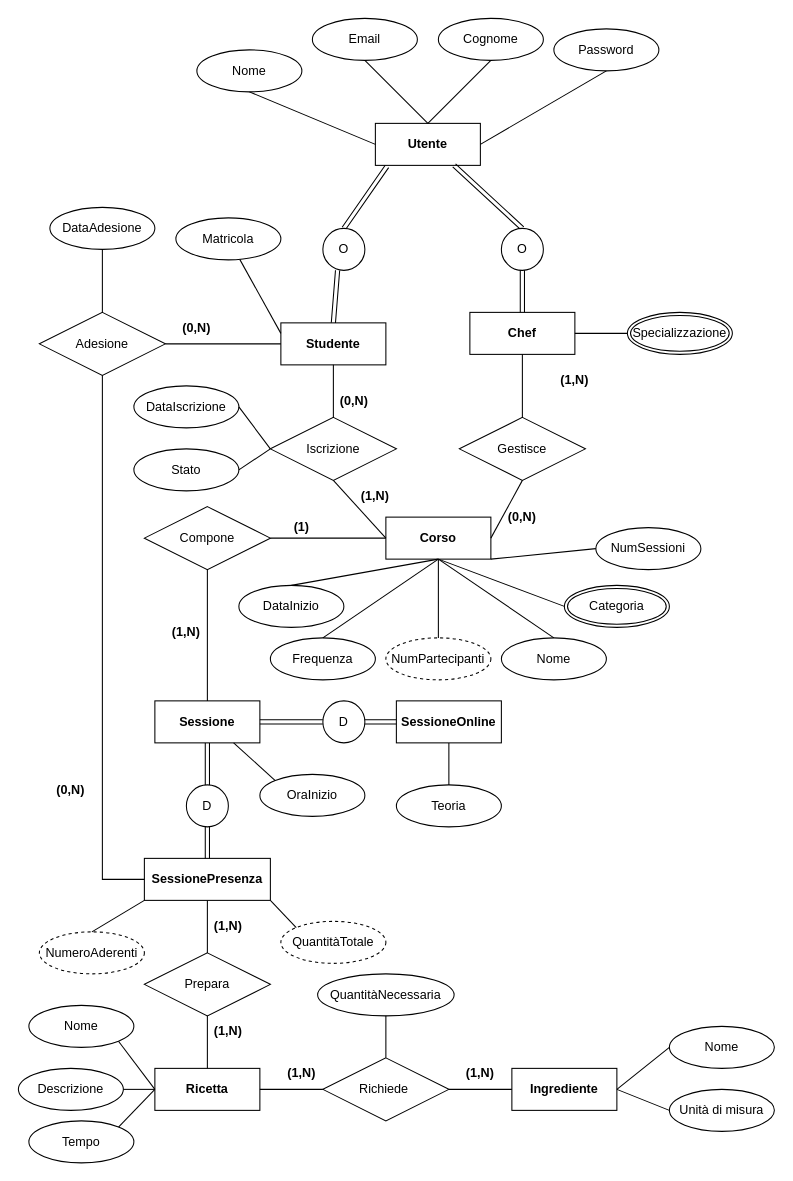
SimoneBarbella/Progetto-Basi-Object keeps this draw.io diagram as BasiDiDati Progetto/diagrammi/file sorgenti/DiagrammaER1.drawio. Above is the earlier version. Source tidied: cells renumbered, new cells numbered last; positions are measured from the earlier drawing's top-left corner, leaving out a move shared by most shapes. Both pictures are drawn from the tidied source at 105%, with x=0, y=0 at pixel (18, 18).
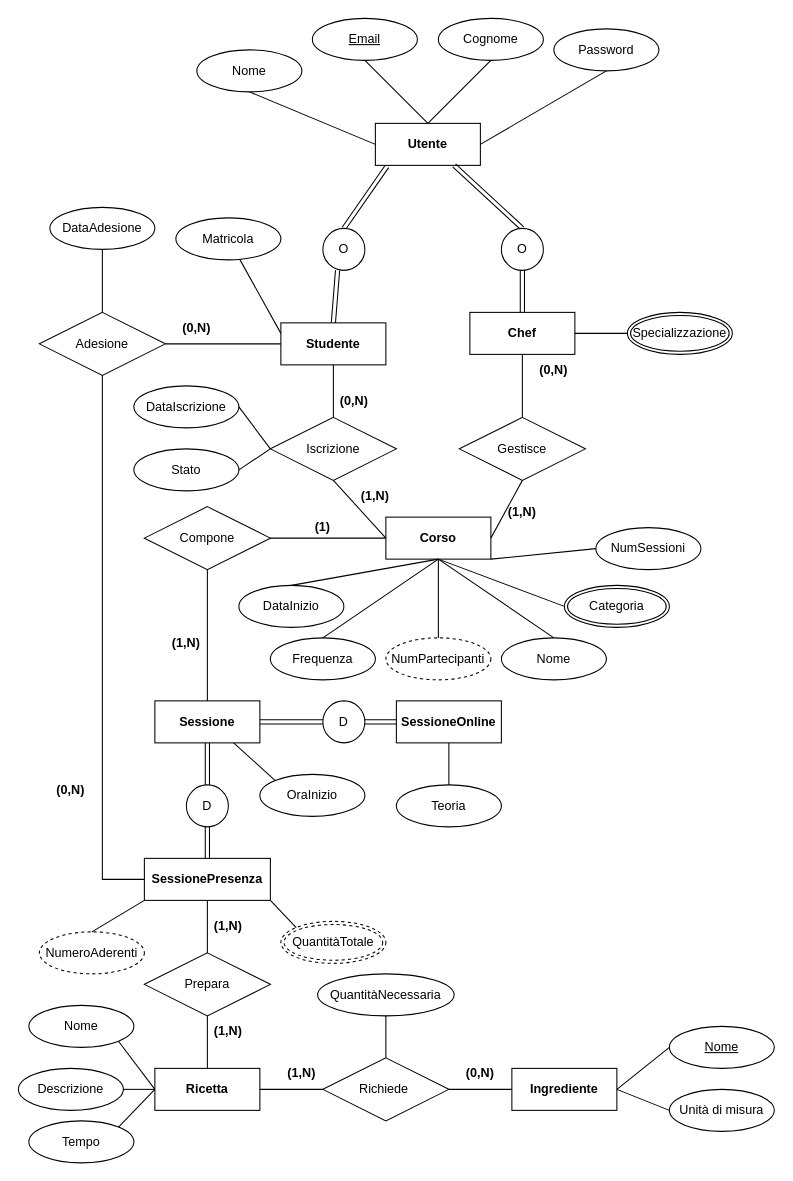
Above is the later version.

What changed in the source:
```diff
@@
-    <mxCell id="46" value="Email" style="ellipse;whiteSpace=wrap;html=1;align=center;" parent="1" vertex="1">
+    <mxCell id="46" value="&lt;u&gt;Email&lt;/u&gt;" style="ellipse;whiteSpace=wrap;html=1;align=center;" parent="1" vertex="1">
       <mxGeometry x="280" width="100" height="40" as="geometry" />
     </mxCell>
@@
-    <mxCell id="76" value="Nome" style="ellipse;whiteSpace=wrap;html=1;align=center;" parent="1" vertex="1">
+    <mxCell id="76" value="&lt;u&gt;Nome&lt;/u&gt;" style="ellipse;whiteSpace=wrap;html=1;align=center;" parent="1" vertex="1">
       <mxGeometry x="620" y="960" width="100" height="40" as="geometry" />
     </mxCell>
@@
     <mxCell id="83" value="&lt;b&gt;(1&lt;/b&gt;&lt;b style=&quot;background-color: transparent; color: light-dark(rgb(0, 0, 0), rgb(255, 255, 255));&quot;&gt;,N)&lt;/b&gt;" style="text;html=1;whiteSpace=wrap;strokeColor=none;fillColor=none;align=center;verticalAlign=middle;rounded=0;" parent="1" vertex="1">
-      <mxGeometry x="500" y="330" width="60" height="30" as="geometry" />
+      <mxGeometry x="450" y="455" width="60" height="30" as="geometry" />
     </mxCell>
     <mxCell id="84" value="&lt;b&gt;(0&lt;/b&gt;&lt;b style=&quot;background-color: transparent; color: light-dark(rgb(0, 0, 0), rgb(255, 255, 255));&quot;&gt;,N)&lt;/b&gt;" style="text;html=1;whiteSpace=wrap;strokeColor=none;fillColor=none;align=center;verticalAlign=middle;rounded=0;" parent="1" vertex="1">
-      <mxGeometry x="450" y="460" width="60" height="30" as="geometry" />
+      <mxGeometry x="480" y="320" width="60" height="30" as="geometry" />
     </mxCell>
@@
     <mxCell id="87" value="&lt;b&gt;(1&lt;/b&gt;&lt;b style=&quot;background-color: transparent; color: light-dark(rgb(0, 0, 0), rgb(255, 255, 255));&quot;&gt;)&lt;/b&gt;" style="text;html=1;whiteSpace=wrap;strokeColor=none;fillColor=none;align=center;verticalAlign=middle;rounded=0;" parent="1" vertex="1">
-      <mxGeometry x="240" y="470" width="60" height="30" as="geometry" />
+      <mxGeometry x="260" y="470" width="60" height="30" as="geometry" />
     </mxCell>
     <mxCell id="88" value="&lt;b&gt;(1&lt;/b&gt;&lt;b style=&quot;background-color: transparent; color: light-dark(rgb(0, 0, 0), rgb(255, 255, 255));&quot;&gt;,N)&lt;/b&gt;" style="text;html=1;whiteSpace=wrap;strokeColor=none;fillColor=none;align=center;verticalAlign=middle;rounded=0;" parent="1" vertex="1">
-      <mxGeometry x="130" y="570" width="60" height="30" as="geometry" />
+      <mxGeometry x="130" y="580" width="60" height="30" as="geometry" />
     </mxCell>
@@
-    <mxCell id="94" value="&lt;b&gt;(1&lt;/b&gt;&lt;b style=&quot;background-color: transparent; color: light-dark(rgb(0, 0, 0), rgb(255, 255, 255));&quot;&gt;,N)&lt;/b&gt;" style="text;html=1;whiteSpace=wrap;strokeColor=none;fillColor=none;align=center;verticalAlign=middle;rounded=0;" parent="1" vertex="1">
+    <mxCell id="94" value="&lt;b&gt;(0&lt;/b&gt;&lt;b style=&quot;background-color: transparent; color: light-dark(rgb(0, 0, 0), rgb(255, 255, 255));&quot;&gt;,N)&lt;/b&gt;" style="text;html=1;whiteSpace=wrap;strokeColor=none;fillColor=none;align=center;verticalAlign=middle;rounded=0;" parent="1" vertex="1">
       <mxGeometry x="410" y="990" width="60" height="30" as="geometry" />
     </mxCell>
@@
-    <mxCell id="97" value="QuantitàTotale" style="ellipse;whiteSpace=wrap;html=1;align=center;dashed=1;" parent="1" vertex="1">
+    <mxCell id="97" value="QuantitàTotale" style="ellipse;shape=doubleEllipse;margin=3;whiteSpace=wrap;html=1;align=center;dashed=1;" parent="1" vertex="1">
       <mxGeometry x="250" y="860" width="100" height="40" as="geometry" />
     </mxCell>
```
